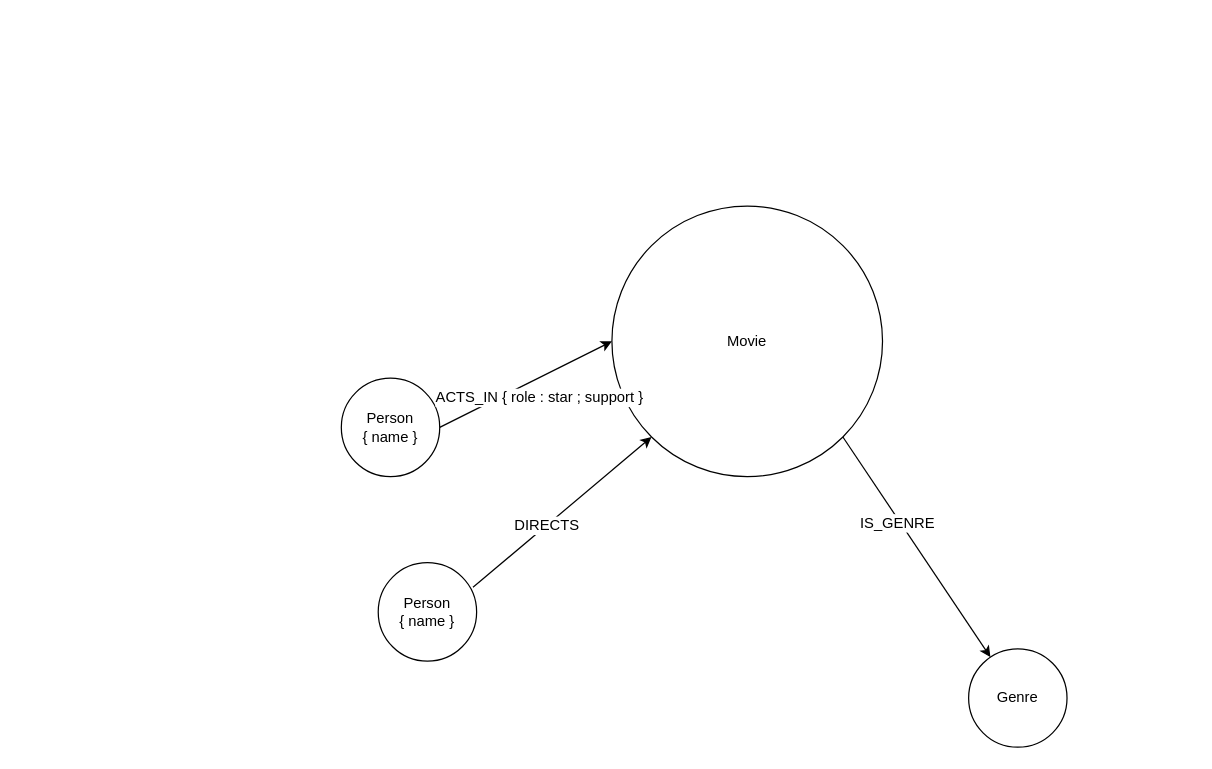
The draw.io diagram Untitled Diagram.drawio in herobrine1010/Repository-for-neo4j-demo, before the edit. Source tidied: cells renumbered, new cells numbered last; positions are measured from the earlier drawing's top-left corner, leaving out a move shared by most shapes. Both pictures are drawn from the tidied source at 123%, with x=0, y=0 at pixel (341, 205).
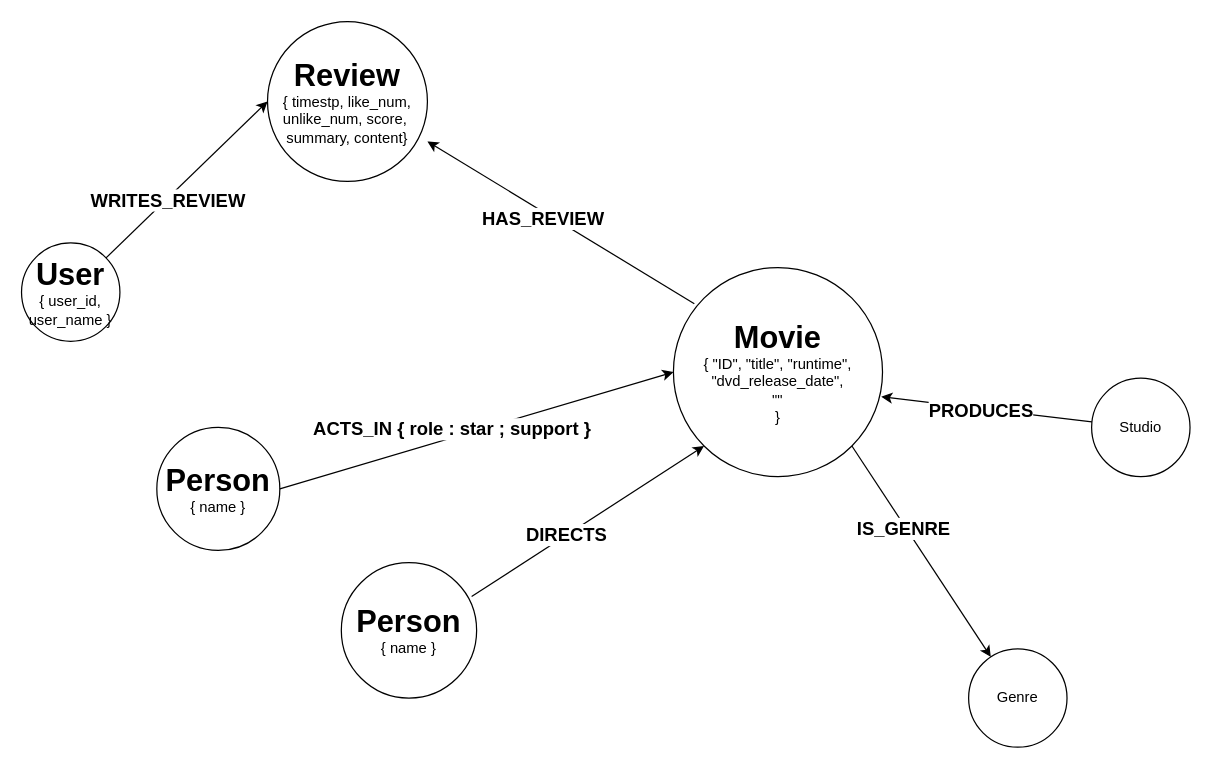
The same page after the edit.

Unchanged cells that the change refers to:
```xml
<mxCell id="4" style="endArrow=classic;html=1;exitX=1;exitY=0.5;exitDx=0;exitDy=0;entryX=0;entryY=0.5;entryDx=0;entryDy=0;" parent="1" edge="1" source="3" target="2">
  <mxGeometry relative="1" as="geometry" />
</mxCell>
<mxCell id="7" style="endArrow=classic;html=1;exitX=0.963;exitY=0.25;exitDx=0;exitDy=0;exitPerimeter=0;entryX=0;entryY=1;entryDx=0;entryDy=0;" parent="1" edge="1" source="6" target="2">
  <mxGeometry relative="1" as="geometry" />
</mxCell>
<mxCell id="10" style="endArrow=classic;html=1;exitX=1;exitY=1;exitDx=0;exitDy=0;" parent="1" edge="1" source="2" target="9">
  <mxGeometry relative="1" as="geometry" />
</mxCell>
```

The edit, as a diff of the source:
```diff
@@
-    <mxCell id="2" value="Movie" style="ellipse;whiteSpace=wrap;html=1;" parent="1" vertex="1">
-      <mxGeometry x="220" width="220" height="220" as="geometry" />
+    <mxCell id="2" value="&lt;b&gt;&lt;font style=&quot;font-size: 25px&quot;&gt;Movie&lt;/font&gt;&lt;/b&gt;&lt;br&gt;{ &quot;ID&quot;, &quot;title&quot;, &quot;runtime&quot;, &quot;dvd_release_date&quot;,&lt;br&gt;&quot;&quot;&lt;br&gt;}" style="ellipse;whiteSpace=wrap;html=1;" parent="1" vertex="1">
+      <mxGeometry x="270" y="50" width="170" height="170" as="geometry" />
     </mxCell>
-    <mxCell id="3" value="Person&lt;br&gt;{ name }" style="ellipse;whiteSpace=wrap;html=1;" parent="1" vertex="1">
-      <mxGeometry y="140" width="80" height="80" as="geometry" />
+    <mxCell id="3" value="&lt;b&gt;&lt;font style=&quot;font-size: 25px&quot;&gt;Person&lt;/font&gt;&lt;/b&gt;&lt;br&gt;{ name }" style="ellipse;whiteSpace=wrap;html=1;" parent="1" vertex="1">
+      <mxGeometry x="-150" y="180" width="100" height="100" as="geometry" />
     </mxCell>
@@
-    <mxCell id="5" value="ACTS_IN { role : star ; support }" style="text;html=1;align=center;verticalAlign=middle;labelBackgroundColor=#ffffff;" parent="4" vertex="1">
+    <mxCell id="5" value="ACTS_IN { role : star ; support }" style="text;html=1;align=center;verticalAlign=middle;labelBackgroundColor=#ffffff;fontSize=15;fontStyle=1;" parent="4" vertex="1">
       <mxGeometry x="-0.31" y="1" relative="1" as="geometry">
-        <mxPoint x="33" y="1" as="offset" />
+        <mxPoint x="29.1" y="-16" as="offset" />
       </mxGeometry>
     </mxCell>
-    <mxCell id="6" value="Person&lt;br&gt;{ name }" style="ellipse;whiteSpace=wrap;html=1;" parent="1" vertex="1">
-      <mxGeometry x="30" y="290" width="80" height="80" as="geometry" />
+    <mxCell id="6" value="&lt;font style=&quot;font-size: 25px&quot;&gt;&lt;b&gt;Person&lt;/b&gt;&lt;/font&gt;&lt;br&gt;{ name }" style="ellipse;whiteSpace=wrap;html=1;" parent="1" vertex="1">
+      <mxGeometry y="290" width="110" height="110" as="geometry" />
     </mxCell>
@@
-    <mxCell id="8" value="DIRECTS" style="text;html=1;align=center;verticalAlign=middle;labelBackgroundColor=#ffffff;" parent="7" vertex="1">
+    <mxCell id="8" value="DIRECTS" style="text;html=1;align=center;verticalAlign=middle;labelBackgroundColor=#ffffff;fontSize=15;fontStyle=1;" parent="7" vertex="1">
       <mxGeometry x="-0.18" y="1" relative="1" as="geometry" />
     </mxCell>
@@
-    <mxCell id="11" value="IS_GENRE" style="text;html=1;align=center;verticalAlign=middle;labelBackgroundColor=#ffffff;" parent="10" vertex="1">
+    <mxCell id="11" value="IS_GENRE" style="text;html=1;align=center;verticalAlign=middle;labelBackgroundColor=#ffffff;fontSize=15;fontStyle=1;" parent="10" vertex="1">
       <mxGeometry x="-0.24" y="-2" relative="1" as="geometry" />
     </mxCell>
+    <mxCell id="12" value="&lt;b&gt;&lt;font style=&quot;font-size: 25px&quot;&gt;Review&lt;/font&gt;&lt;/b&gt;&lt;br&gt;{ timestp, like_num, unlike_num, score,&amp;nbsp; summary, content}" style="ellipse;whiteSpace=wrap;html=1;" parent="1" vertex="1">
+      <mxGeometry x="-60" y="-150" width="130" height="130" as="geometry" />
+    </mxCell>
+    <mxCell id="13" value="&lt;font style=&quot;font-size: 25px&quot;&gt;&lt;b&gt;User&lt;/b&gt;&lt;/font&gt;&lt;br&gt;{ user_id,&lt;br&gt;user_name }" style="ellipse;whiteSpace=wrap;html=1;" parent="1" vertex="1">
+      <mxGeometry x="-260" y="30" width="80" height="80" as="geometry" />
+    </mxCell>
+    <mxCell id="14" style="endArrow=classic;html=1;entryX=0;entryY=0.5;entryDx=0;entryDy=0;" parent="1" edge="1" source="13" target="12">
+      <mxGeometry relative="1" as="geometry" />
+    </mxCell>
+    <mxCell id="15" value="&lt;b style=&quot;font-size: 15px;&quot;&gt;WRITES_REVIEW&lt;/b&gt;" style="text;html=1;align=center;verticalAlign=middle;labelBackgroundColor=#ffffff;fontSize=15;" parent="14" vertex="1">
+      <mxGeometry x="-0.24" relative="1" as="geometry" />
+    </mxCell>
+    <mxCell id="16" style="endArrow=classic;html=1;entryX=1;entryY=0.75;entryDx=0;entryDy=0;entryPerimeter=0;exitX=0.1;exitY=0.173;exitDx=0;exitDy=0;exitPerimeter=0;" parent="1" edge="1" source="2" target="12">
+      <mxGeometry relative="1" as="geometry" />
+    </mxCell>
+    <mxCell id="17" value="&lt;b style=&quot;font-size: 15px;&quot;&gt;HAS_REVIEW&lt;/b&gt;" style="text;html=1;align=center;verticalAlign=middle;labelBackgroundColor=#ffffff;fontSize=15;" parent="16" vertex="1">
+      <mxGeometry x="0.12" y="4" relative="1" as="geometry" />
+    </mxCell>
+    <mxCell id="18" value="Studio" style="ellipse;whiteSpace=wrap;html=1;" parent="1" vertex="1">
+      <mxGeometry x="610" y="140" width="80" height="80" as="geometry" />
+    </mxCell>
+    <mxCell id="19" style="endArrow=classic;html=1;entryX=0.994;entryY=0.618;entryDx=0;entryDy=0;entryPerimeter=0;" parent="1" edge="1" source="18" target="2">
+      <mxGeometry relative="1" as="geometry" />
+    </mxCell>
+    <mxCell id="20" value="PRODUCES" style="text;html=1;align=center;verticalAlign=middle;labelBackgroundColor=#ffffff;fontSize=15;fontStyle=1;" parent="19" vertex="1">
+      <mxGeometry x="0.3" y="3" relative="1" as="geometry">
+        <mxPoint x="21.3" as="offset" />
+      </mxGeometry>
+    </mxCell>
```
